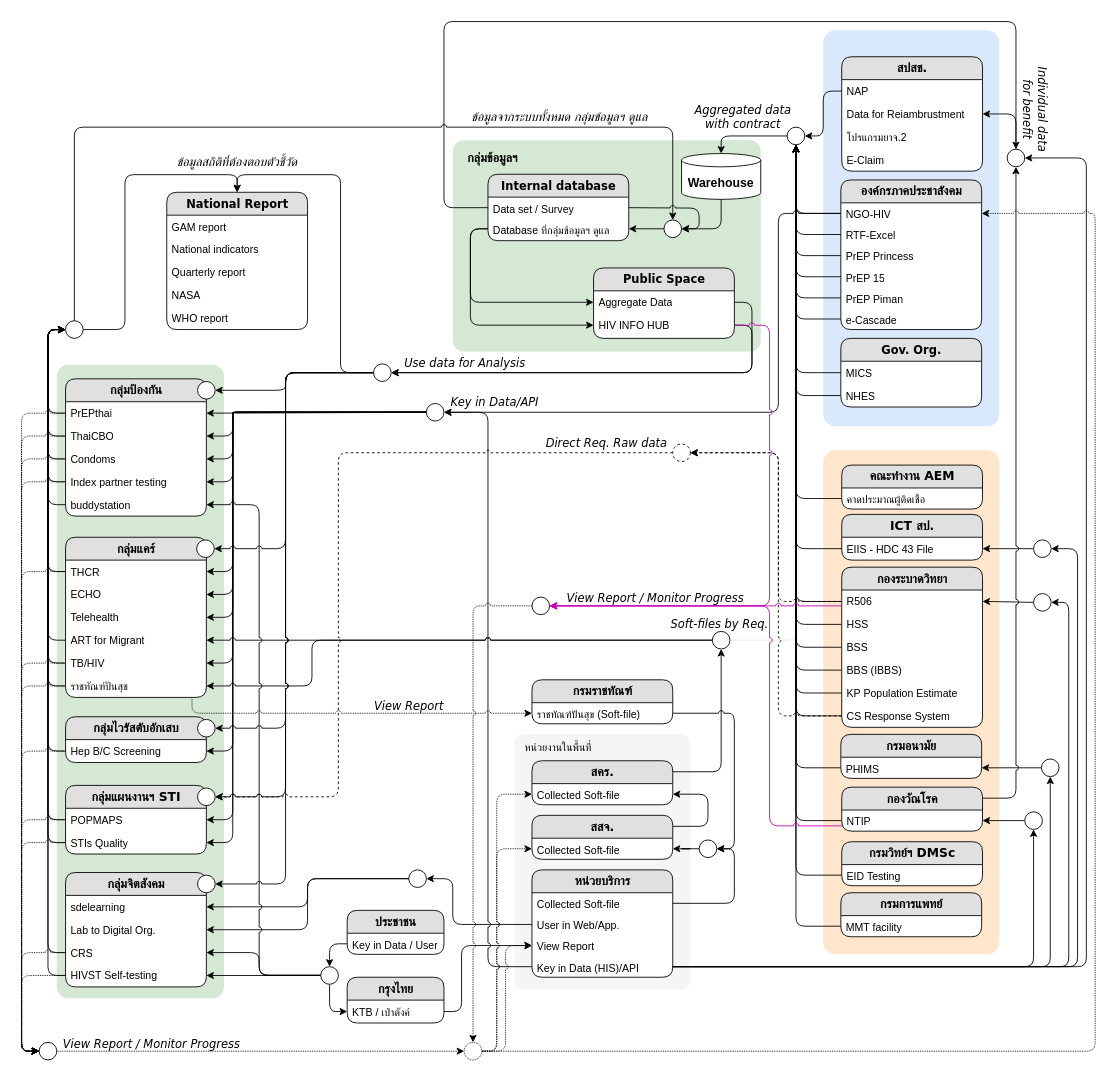
Before: page "V3" (1 of 4) of DataSourceOVW.drawio in anun311/regist, a draw.io diagram. Source tidied: cells renumbered, new cells numbered last; positions are measured from the earlier drawing's top-left corner, leaving out a move shared by most shapes. Both pictures are drawn from the tidied source at 88%, with x=0, y=0 at pixel (39, 21).
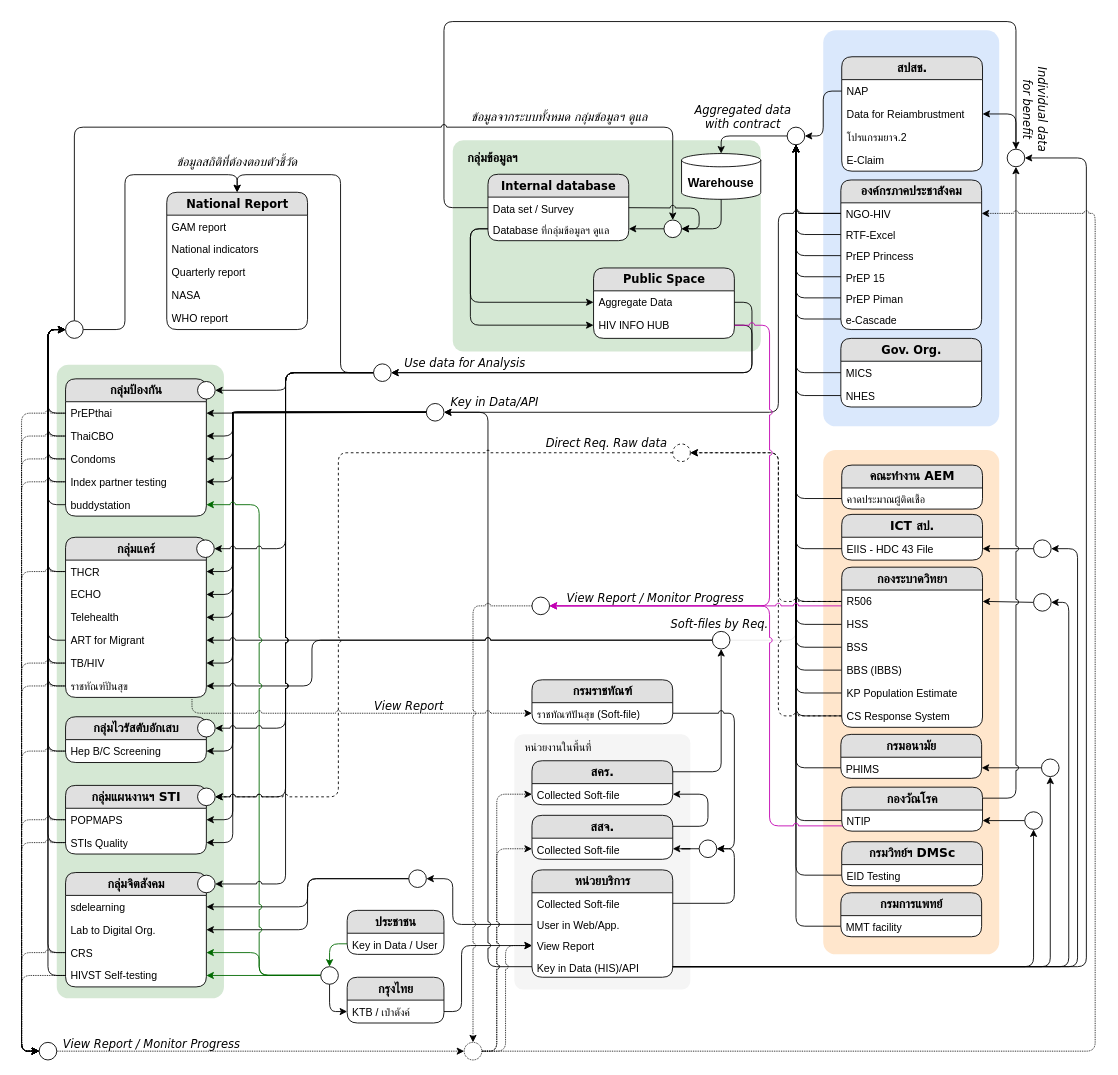
Above is the later version.

Unchanged cells that the change refers to:
```xml
<mxCell id="109" value="buddystation" style="text;html=1;strokeColor=none;fillColor=none;spacingLeft=4;spacingRight=4;whiteSpace=wrap;overflow=hidden;points=[[0,0.5],[1,0.5]];portConstraint=eastwest;" parent="104" vertex="1">
  <mxGeometry y="130" width="160" height="26" as="geometry" />
</mxCell>
<mxCell id="113" value="CRS" style="text;html=1;strokeColor=none;fillColor=none;spacingLeft=4;spacingRight=4;whiteSpace=wrap;overflow=hidden;points=[[0,0.5],[1,0.5]];portConstraint=eastwest;" parent="110" vertex="1">
  <mxGeometry y="78" width="160" height="26" as="geometry" />
</mxCell>
<mxCell id="114" value="HIVST Self-testing&amp;nbsp;" style="text;html=1;strokeColor=none;fillColor=none;spacingLeft=4;spacingRight=4;whiteSpace=wrap;overflow=hidden;points=[[0,0.5],[1,0.5]];portConstraint=eastwest;" parent="110" vertex="1">
  <mxGeometry y="104" width="160" height="26" as="geometry" />
</mxCell>
<mxCell id="146" style="ellipse;whiteSpace=wrap;html=1;fontFamily=Helvetica;fontSize=11;fontColor=default;" parent="1" vertex="1">
  <mxGeometry x="320" y="1074" width="20" height="20" as="geometry" />
</mxCell>
<mxCell id="148" value="Key in Data / User" style="text;html=1;strokeColor=none;fillColor=none;spacingLeft=4;spacingRight=4;whiteSpace=wrap;overflow=hidden;points=[[0,0.5],[1,0.5]];portConstraint=eastwest;" parent="147" vertex="1">
  <mxGeometry y="26" width="110" height="24" as="geometry" />
</mxCell>
```

The edit, as a diff of the source:
```diff
@@
-    <mxCell id="142" style="edgeStyle=orthogonalEdgeStyle;shape=connector;rounded=1;jumpStyle=arc;jettySize=auto;html=1;entryX=1;entryY=0.5;entryDx=0;entryDy=0;labelBackgroundColor=default;strokeColor=default;align=center;verticalAlign=middle;fontFamily=Helvetica;fontSize=11;fontColor=default;endArrow=classic;" parent="1" edge="1" source="146" target="114">
+    <mxCell id="142" style="edgeStyle=orthogonalEdgeStyle;shape=connector;rounded=1;jumpStyle=arc;jettySize=auto;html=1;entryX=1;entryY=0.5;entryDx=0;entryDy=0;labelBackgroundColor=default;strokeColor=#006900;align=center;verticalAlign=middle;fontFamily=Helvetica;fontSize=11;fontColor=default;endArrow=classic;" parent="1" edge="1" source="146" target="114">
       <mxGeometry relative="1" as="geometry" />
     </mxCell>
-    <mxCell id="143" style="edgeStyle=orthogonalEdgeStyle;shape=connector;rounded=1;jumpStyle=arc;jettySize=auto;html=1;exitX=0;exitY=0.5;exitDx=0;exitDy=0;entryX=1;entryY=0.5;entryDx=0;entryDy=0;labelBackgroundColor=default;strokeColor=default;align=center;verticalAlign=middle;fontFamily=Helvetica;fontSize=11;fontColor=default;endArrow=classic;" parent="1" edge="1" source="146" target="113">
+    <mxCell id="143" style="edgeStyle=orthogonalEdgeStyle;shape=connector;rounded=1;jumpStyle=arc;jettySize=auto;html=1;exitX=0;exitY=0.5;exitDx=0;exitDy=0;entryX=1;entryY=0.5;entryDx=0;entryDy=0;labelBackgroundColor=default;strokeColor=#006900;align=center;verticalAlign=middle;fontFamily=Helvetica;fontSize=11;fontColor=default;endArrow=classic;" parent="1" edge="1" source="146" target="113">
       <mxGeometry relative="1" as="geometry">
         <Array as="points">
           <mxPoint x="250" y="1084" />
           <mxPoint x="250" y="1058" />
         </Array>
       </mxGeometry>
     </mxCell>
-    <mxCell id="144" style="edgeStyle=orthogonalEdgeStyle;shape=connector;rounded=1;jumpStyle=arc;jettySize=auto;html=1;labelBackgroundColor=default;strokeColor=default;align=center;verticalAlign=middle;fontFamily=Helvetica;fontSize=11;fontColor=default;endArrow=classic;entryX=1;entryY=0.5;entryDx=0;entryDy=0;" parent="1" edge="1" target="109">
+    <mxCell id="144" style="edgeStyle=orthogonalEdgeStyle;shape=connector;rounded=1;jumpStyle=arc;jettySize=auto;html=1;labelBackgroundColor=default;strokeColor=#006900;align=center;verticalAlign=middle;fontFamily=Helvetica;fontSize=11;fontColor=default;endArrow=classic;entryX=1;entryY=0.5;entryDx=0;entryDy=0;" parent="1" edge="1" target="109">
       <mxGeometry relative="1" as="geometry">
         <mxPoint x="320" y="1083.5" as="sourcePoint" />
         <Array as="points">
           <mxPoint x="250" y="1083" />
           <mxPoint x="250" y="549" />
         </Array>
       </mxGeometry>
     </mxCell>
@@
-    <mxCell id="149" style="edgeStyle=orthogonalEdgeStyle;shape=connector;rounded=1;jumpStyle=arc;jettySize=auto;html=1;entryX=0.5;entryY=0;entryDx=0;entryDy=0;labelBackgroundColor=default;strokeColor=default;align=center;verticalAlign=middle;fontFamily=Helvetica;fontSize=11;fontColor=default;endArrow=classic;" parent="1" edge="1" source="148" target="146">
+    <mxCell id="149" style="edgeStyle=orthogonalEdgeStyle;shape=connector;rounded=1;jumpStyle=arc;jettySize=auto;html=1;entryX=0.5;entryY=0;entryDx=0;entryDy=0;labelBackgroundColor=default;strokeColor=#006900;align=center;verticalAlign=middle;fontFamily=Helvetica;fontSize=11;fontColor=default;endArrow=classic;" parent="1" edge="1" source="148" target="146">
       <mxGeometry relative="1" as="geometry" />
     </mxCell>
```
